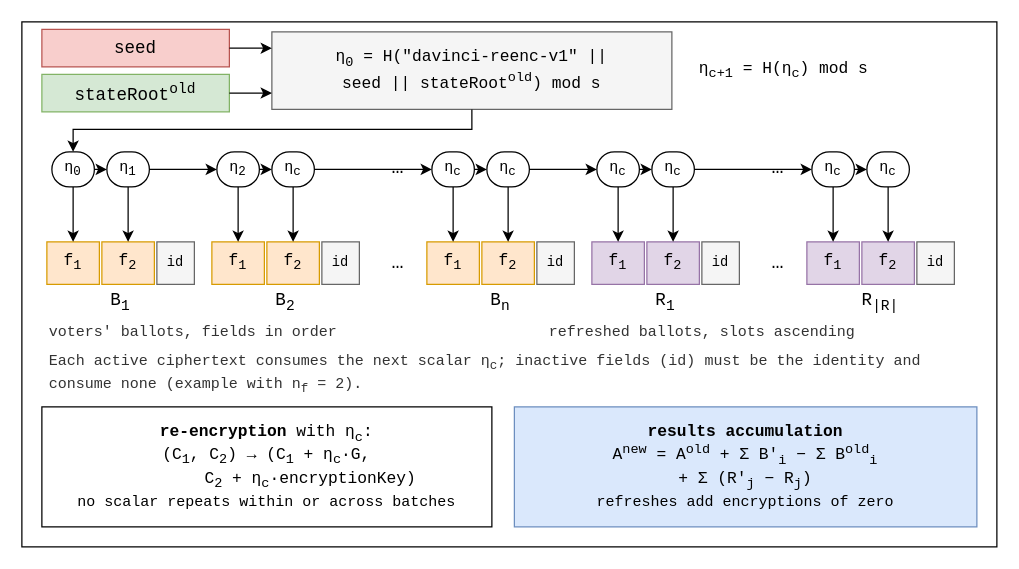
vocdoni/davinci-paper keeps this draw.io diagram as v2/figures/re-encryption.drawio. Above is the earlier version. Source tidied: cells renumbered, new cells numbered last; positions are measured from the earlier drawing's top-left corner, leaving out a move shared by most shapes. Both pictures are drawn from the tidied source at 125%, with x=0, y=0 at pixel (21, 21).
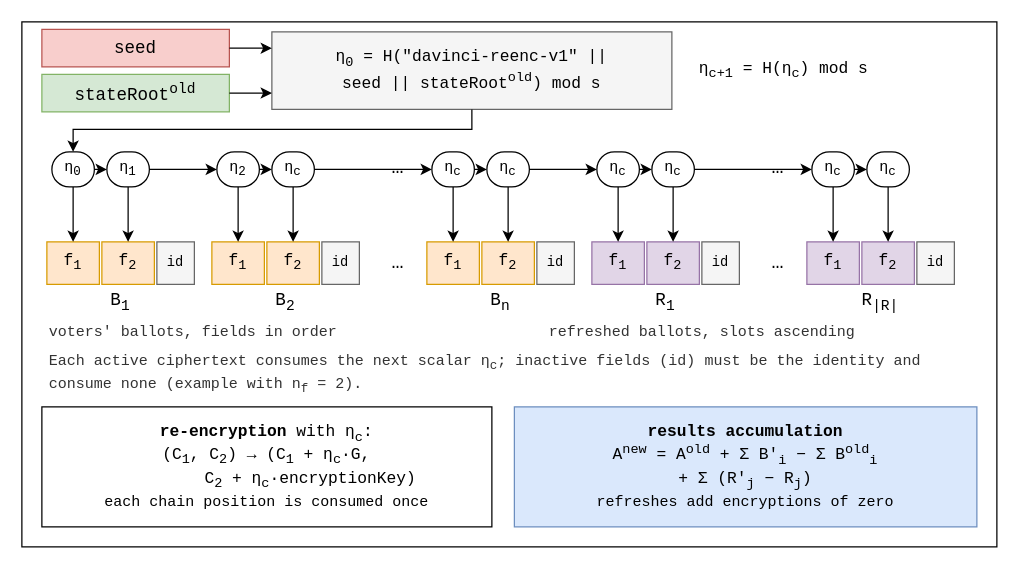
The same diagram, later.

Change to the diagram source:
```diff
@@
-    <mxCell id="66" value="&lt;b&gt;re-encryption&lt;/b&gt; with &amp;eta;&lt;sub&gt;c&lt;/sub&gt;:&lt;br&gt;(C&lt;sub&gt;1&lt;/sub&gt;, C&lt;sub&gt;2&lt;/sub&gt;) &amp;rarr; (C&lt;sub&gt;1&lt;/sub&gt; + &amp;eta;&lt;sub&gt;c&lt;/sub&gt;&amp;middot;G,&lt;br&gt;&amp;nbsp;&amp;nbsp;&amp;nbsp;&amp;nbsp;&amp;nbsp;&amp;nbsp;&amp;nbsp;&amp;nbsp;&amp;nbsp;C&lt;sub&gt;2&lt;/sub&gt; + &amp;eta;&lt;sub&gt;c&lt;/sub&gt;&amp;middot;encryptionKey)&lt;br&gt;&lt;font style='font-size:12px'&gt;no scalar repeats within or across batches&lt;/font&gt;" style="rounded=0;whiteSpace=wrap;html=1;fontSize=13;fillColor=#ffffff;strokeColor=#000000;fontFamily=Courier New;align=center;verticalAlign=middle;" parent="1" vertex="1">
+    <mxCell id="66" value="&lt;b&gt;re-encryption&lt;/b&gt; with &amp;eta;&lt;sub&gt;c&lt;/sub&gt;:&lt;br&gt;(C&lt;sub&gt;1&lt;/sub&gt;, C&lt;sub&gt;2&lt;/sub&gt;) &amp;rarr; (C&lt;sub&gt;1&lt;/sub&gt; + &amp;eta;&lt;sub&gt;c&lt;/sub&gt;&amp;middot;G,&lt;br&gt;&amp;nbsp;&amp;nbsp;&amp;nbsp;&amp;nbsp;&amp;nbsp;&amp;nbsp;&amp;nbsp;&amp;nbsp;&amp;nbsp;C&lt;sub&gt;2&lt;/sub&gt; + &amp;eta;&lt;sub&gt;c&lt;/sub&gt;&amp;middot;encryptionKey)&lt;br&gt;&lt;font style='font-size:12px'&gt;each chain position is consumed once&lt;/font&gt;" style="rounded=0;whiteSpace=wrap;html=1;fontSize=13;fillColor=#ffffff;strokeColor=#000000;fontFamily=Courier New;align=center;verticalAlign=middle;" parent="1" vertex="1">
       <mxGeometry x="16" y="308" width="360" height="96" as="geometry" />
     </mxCell>
```
